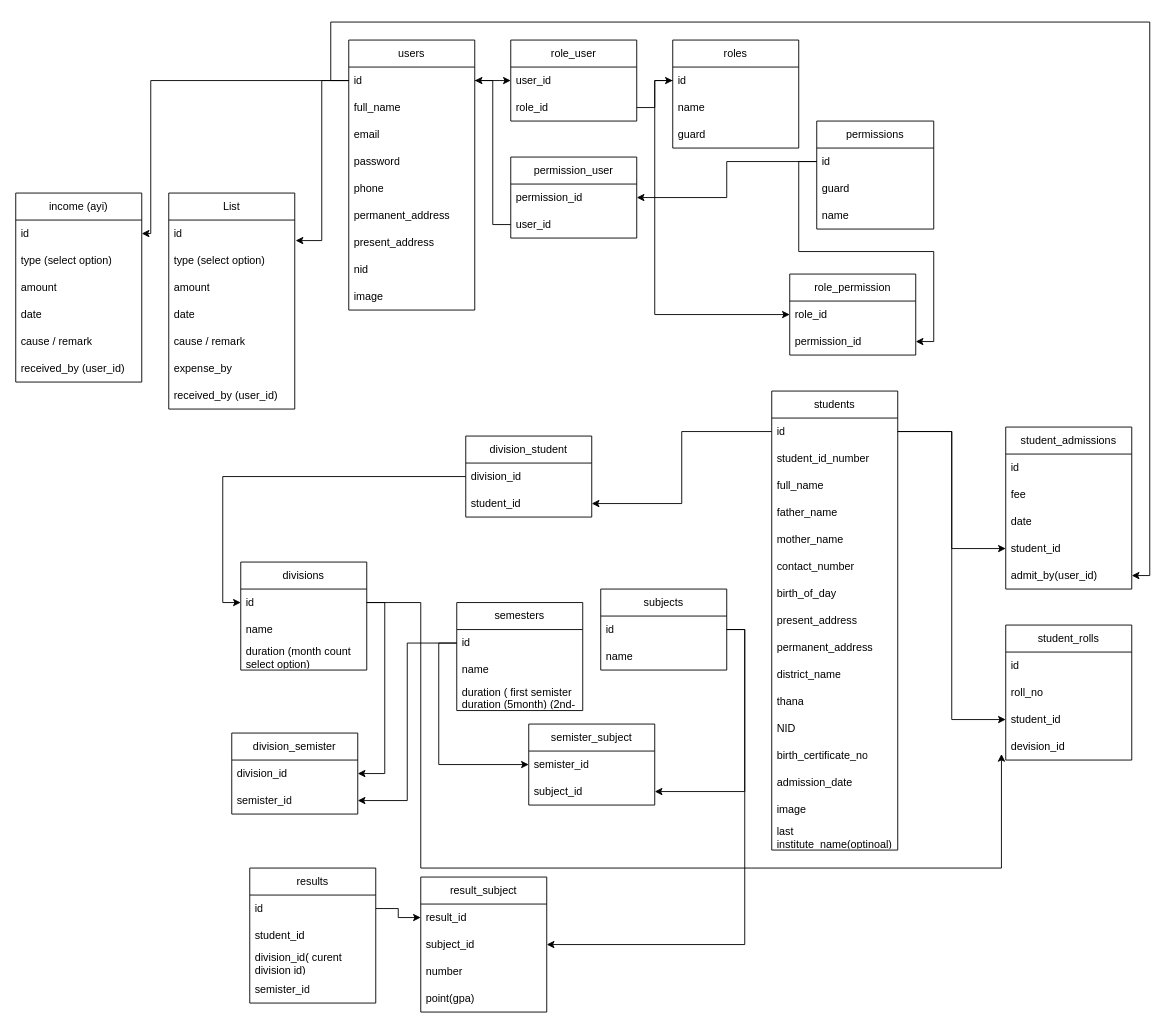
Earlier version of the draw.io diagram Untitled Diagram.drawio (asifmics/javascript). Source tidied: cells renumbered, new cells numbered last; positions are measured from the earlier drawing's top-left corner, leaving out a move shared by most shapes. Both pictures are drawn from the tidied source at 90%, with x=0, y=0 at pixel (15, 22).
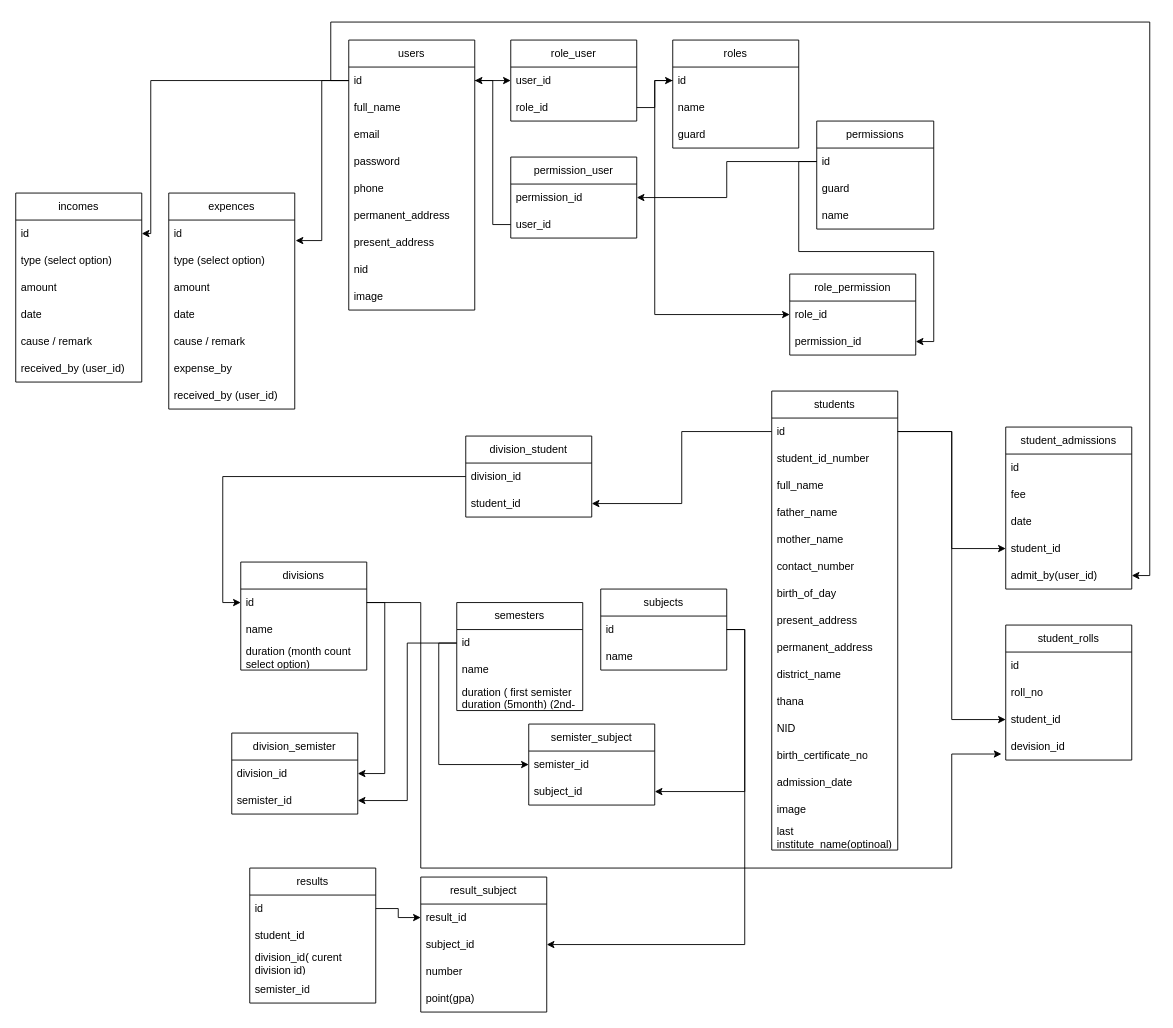
The same diagram, later.

Unchanged cells that the change refers to:
```xml
<mxCell id="36" value="id" style="text;strokeColor=none;fillColor=none;align=left;verticalAlign=middle;spacingLeft=4;spacingRight=4;overflow=hidden;points=[[0,0.5],[1,0.5]];portConstraint=eastwest;whiteSpace=wrap;html=1;" parent="35" vertex="1">
  <mxGeometry y="30" width="140" height="30" as="geometry" />
</mxCell>
<mxCell id="72" value="devision_id" style="text;strokeColor=none;fillColor=none;align=left;verticalAlign=middle;spacingLeft=4;spacingRight=4;overflow=hidden;points=[[0,0.5],[1,0.5]];portConstraint=eastwest;whiteSpace=wrap;html=1;" parent="68" vertex="1">
  <mxGeometry y="120" width="140" height="30" as="geometry" />
</mxCell>
```

The edit, as a diff of the source:
```diff
@@
     <mxCell id="86" style="edgeStyle=orthogonalEdgeStyle;rounded=0;jettySize=auto;html=1;exitX=1;exitY=0.5;exitDx=0;exitDy=0;entryX=-0.034;entryY=0.777;entryDx=0;entryDy=0;entryPerimeter=0;" parent="1" edge="1" source="36" target="72">
       <mxGeometry relative="1" as="geometry">
         <Array as="points">
           <mxPoint x="450" y="645" />
           <mxPoint x="450" y="940" />
-          <mxPoint x="1095" y="940" />
+          <mxPoint x="1040" y="940" />
+          <mxPoint x="1040" y="813" />
         </Array>
       </mxGeometry>
     </mxCell>
@@
-    <mxCell id="92" value="income (ayi)" style="swimlane;fontStyle=0;horizontal=1;startSize=30;whiteSpace=wrap;html=1;" parent="1" vertex="1">
+    <mxCell id="92" value="incomes" style="swimlane;fontStyle=0;horizontal=1;startSize=30;whiteSpace=wrap;html=1;" parent="1" vertex="1">
       <mxGeometry y="190" width="140" height="210" as="geometry" />
     </mxCell>
@@
-    <mxCell id="99" value="List" style="swimlane;fontStyle=0;horizontal=1;startSize=30;whiteSpace=wrap;html=1;" parent="1" vertex="1">
+    <mxCell id="99" value="expences" style="swimlane;fontStyle=0;horizontal=1;startSize=30;whiteSpace=wrap;html=1;" parent="1" vertex="1">
       <mxGeometry x="170" y="190" width="140" height="240" as="geometry" />
     </mxCell>
```
